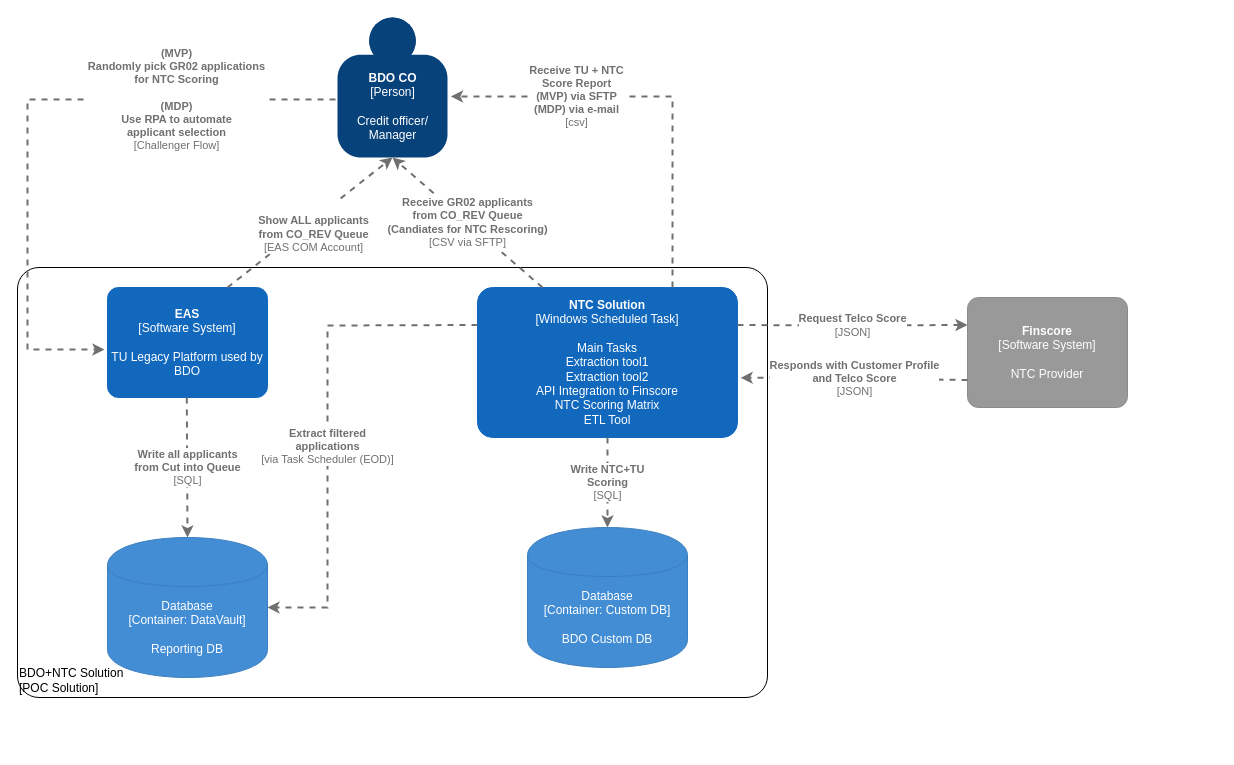
This is page "LVL1:" (2 of 3) of BDO-NTC-EAS.drawio from howardleev/c4-draw.io, a draw.io file, before an edit. Source tidied: cells renumbered, new cells numbered last; positions are measured from the earlier drawing's top-left corner, leaving out a move shared by most shapes. Both pictures are drawn from the tidied source at 100%, with x=0, y=0 at pixel (17, 17).
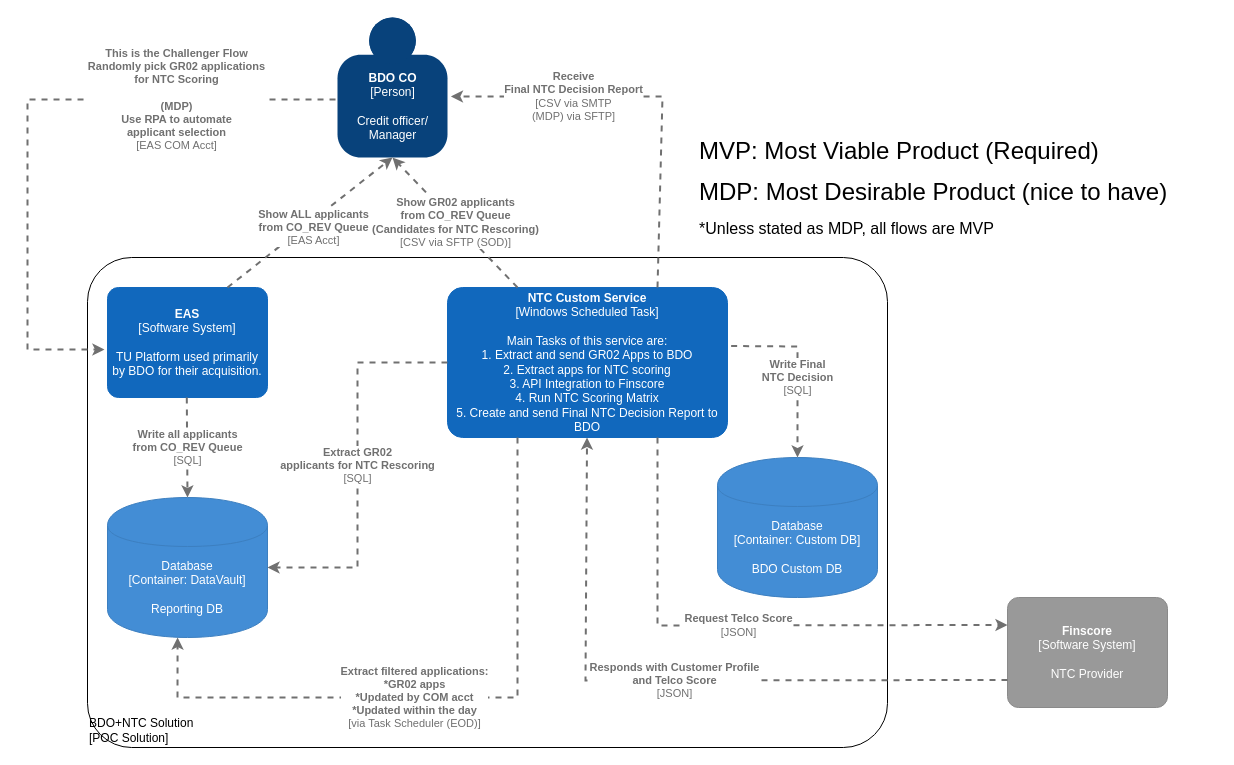
Above is the later version.

Unchanged cells that the change refers to:
```xml
<object id="4" label="&lt;b&gt;%c4Name%&lt;/b&gt;&lt;div&gt;[%c4Type%]&lt;/div&gt;&lt;br&gt;&lt;div&gt;%c4Description%&lt;/div&gt;" c4Description="Credit officer/&#10;Manager" c4Name="BDO CO" c4Type="Person" placeholders="1">
  <mxCell style="html=1;dashed=0;whitespace=wrap;fillColor=#08427b;strokeColor=none;fontColor=#ffffff;shape=mxgraph.c4.person;align=center;points=[[0.5,0,0],[1,0.5,0],[1,0.75,0],[0.75,1,0],[0.5,1,0],[0.25,1,0],[0,0.75,0],[0,0.5,0]];metaData={&quot;c4Type&quot;:{&quot;editable&quot;:false}};direction=east;" parent="1" vertex="1">
    <mxGeometry x="320" width="110" height="140" as="geometry" />
  </mxCell>
</object>
```

What changed in the source:
```diff
@@
     <object id="2" label="&lt;div style=&quot;text-align: left&quot;&gt;%c4Name%&lt;/div&gt;&lt;div style=&quot;text-align: left&quot;&gt;[%c4Application%]&lt;/div&gt;" c4Application="POC Solution" c4Name="BDO+NTC Solution" placeholders="1">
-      <mxCell style="rounded=1;whiteSpace=wrap;html=1;labelBackgroundColor=none;fillColor=#ffffff;fontColor=#000000;align=left;arcSize=5;strokeColor=#000000;verticalAlign=bottom;metaData={&quot;c4Type&quot;:{&quot;editable&quot;:false}};" parent="1" vertex="1">
-        <mxGeometry y="250" width="750" height="430" as="geometry" />
+      <mxCell style="rounded=1;whiteSpace=wrap;html=1;labelBackgroundColor=none;fillColor=#ffffff;fontColor=#000000;align=left;arcSize=9;strokeColor=#000000;verticalAlign=bottom;metaData={&quot;c4Type&quot;:{&quot;editable&quot;:false}};" parent="1" vertex="1">
+        <mxGeometry x="70" y="240" width="800" height="490" as="geometry" />
       </mxCell>
     </object>
-    <object id="3" label="&lt;b&gt;%c4Name%&lt;/b&gt;&lt;div&gt;[%c4Type%]&lt;/div&gt;&lt;br&gt;&lt;div&gt;%c4Description%&lt;/div&gt;" c4Description="Main Tasks&#10;Extraction tool1&#10;Extraction tool2&#10;API Integration to Finscore&#10;NTC Scoring Matrix&#10;ETL Tool" c4Name="NTC Solution " c4Type="Windows Scheduled Task" placeholders="1">
+    <object id="3" label="&lt;b&gt;%c4Name%&lt;/b&gt;&lt;div&gt;[%c4Type%]&lt;/div&gt;&lt;br&gt;&lt;div&gt;%c4Description%&lt;/div&gt;" c4Description="Main Tasks of this service are:&#10;1. Extract and send GR02 Apps to BDO&#10;2. Extract apps for NTC scoring&#10;3. API Integration to Finscore&#10;4. Run NTC Scoring Matrix&#10;5. Create and send Final NTC Decision Report to BDO" c4Name="NTC Custom Service" c4Type="Windows Scheduled Task" placeholders="1">
       <mxCell style="rounded=1;whiteSpace=wrap;html=1;labelBackgroundColor=none;fillColor=#1168BD;fontColor=#ffffff;align=center;arcSize=10;strokeColor=#1168BD;metaData={&quot;c4Type&quot;:{&quot;editable&quot;:false}};points=[[0.25,0,0],[0.5,0,0],[0.75,0,0],[1,0.25,0],[1,0.5,0],[1,0.75,0],[0.75,1,0],[0.5,1,0],[0.25,1,0],[0,0.75,0],[0,0.5,0],[0,0.25,0]];" parent="1" vertex="1">
-        <mxGeometry x="460" y="270" width="260" height="150" as="geometry" />
+        <mxGeometry x="430" y="270" width="280" height="150" as="geometry" />
       </mxCell>
     </object>
@@
-    <object id="5" label="&lt;div style=&quot;text-align: left&quot;&gt;&lt;div style=&quot;text-align: center&quot;&gt;&lt;b&gt;%c4Description%&lt;/b&gt;&lt;/div&gt;&lt;div style=&quot;text-align: center&quot;&gt;[%c4Technology%]&lt;/div&gt;&lt;/div&gt;" c4Description="Receive GR02 applicants&#10;from CO_REV Queue &#10;(Candiates for NTC Rescoring)" c4Technology="CSV via SFTP" placeholders="1">
+    <object id="5" label="&lt;div style=&quot;text-align: left&quot;&gt;&lt;div style=&quot;text-align: center&quot;&gt;&lt;b&gt;%c4Description%&lt;/b&gt;&lt;/div&gt;&lt;div style=&quot;text-align: center&quot;&gt;[%c4Technology%]&lt;/div&gt;&lt;/div&gt;" c4Description="Show GR02 applicants&#10;from CO_REV Queue &#10;(Candidates for NTC Rescoring)" c4Technology="CSV via SFTP (SOD)" placeholders="1">
       <mxCell style="edgeStyle=none;rounded=0;html=1;jettySize=auto;strokeColor=#707070;strokeWidth=2;fontColor=#707070;jumpStyle=none;dashed=1;metaData={&quot;c4Type&quot;:{&quot;editable&quot;:false}};entryX=0.5;entryY=1;entryDx=0;entryDy=0;entryPerimeter=0;exitX=0.25;exitY=0;exitDx=0;exitDy=0;exitPerimeter=0;" parent="1" edge="1" source="3" target="4">
         <mxGeometry relative="1" as="geometry" />
       </mxCell>
     </object>
-    <object id="6" label="&lt;b&gt;%c4Name%&lt;/b&gt;&lt;div&gt;[%c4Type%]&lt;/div&gt;&lt;br&gt;&lt;div&gt;%c4Description%&lt;/div&gt;" c4Description="TU Legacy Platform used by BDO" c4Name="EAS" c4Type="Software System" placeholders="1">
+    <object id="6" label="&lt;b&gt;%c4Name%&lt;/b&gt;&lt;div&gt;[%c4Type%]&lt;/div&gt;&lt;br&gt;&lt;div&gt;%c4Description%&lt;/div&gt;" c4Description="TU Platform used primarily by BDO for their acquisition. " c4Name="EAS" c4Type="Software System" placeholders="1">
       <mxCell style="rounded=1;whiteSpace=wrap;html=1;labelBackgroundColor=none;fillColor=#1168BD;fontColor=#ffffff;align=center;arcSize=10;strokeColor=#1168BD;metaData={&quot;c4Type&quot;:{&quot;editable&quot;:false}};points=[[0.25,0,0],[0.5,0,0],[0.75,0,0],[1,0.25,0],[1,0.5,0],[1,0.75,0],[0.75,1,0],[0.5,1,0],[0.25,1,0],[0,0.75,0],[0,0.5,0],[0,0.25,0]];" parent="1" vertex="1">
         <mxGeometry x="90" y="270" width="160" height="110" as="geometry" />
       </mxCell>
     </object>
-    <object id="7" label="&lt;div style=&quot;text-align: left&quot;&gt;&lt;div style=&quot;text-align: center&quot;&gt;&lt;b&gt;%c4Description%&lt;/b&gt;&lt;/div&gt;&lt;div style=&quot;text-align: center&quot;&gt;[%c4Technology%]&lt;/div&gt;&lt;/div&gt;" c4Description="&#10;Show ALL applicants &#10;from CO_REV Queue&#10;" c4Technology="EAS COM Account" placeholders="1">
+    <object id="7" label="&lt;div style=&quot;text-align: left&quot;&gt;&lt;div style=&quot;text-align: center&quot;&gt;&lt;b&gt;%c4Description%&lt;/b&gt;&lt;/div&gt;&lt;div style=&quot;text-align: center&quot;&gt;[%c4Technology%]&lt;/div&gt;&lt;/div&gt;" c4Description="Show ALL applicants &#10;from CO_REV Queue&#10;" c4Technology="EAS Acct" placeholders="1">
       <mxCell style="edgeStyle=none;rounded=0;html=1;entryX=0.5;entryY=1;jettySize=auto;strokeColor=#707070;strokeWidth=2;fontColor=#707070;jumpStyle=none;dashed=1;metaData={&quot;c4Type&quot;:{&quot;editable&quot;:false}};entryDx=0;entryDy=0;entryPerimeter=0;exitX=0.75;exitY=0;exitDx=0;exitDy=0;exitPerimeter=0;" parent="1" edge="1" source="6" target="4">
         <mxGeometry y="-6" relative="1" as="geometry" />
       </mxCell>
     </object>
-    <object id="8" label="&lt;div style=&quot;text-align: left&quot;&gt;&lt;div style=&quot;text-align: center&quot;&gt;&lt;b&gt;%c4Description%&lt;/b&gt;&lt;/div&gt;&lt;div style=&quot;text-align: center&quot;&gt;[%c4Technology%]&lt;/div&gt;&lt;/div&gt;" c4Description="(MVP)&#10;Randomly pick GR02 applications &#10;for NTC Scoring&#10;&#10;(MDP)&#10;Use RPA to automate&#10;applicant selection" c4Technology="Challenger Flow" placeholders="1">
+    <object id="8" label="&lt;div style=&quot;text-align: left&quot;&gt;&lt;div style=&quot;text-align: center&quot;&gt;&lt;b&gt;%c4Description%&lt;/b&gt;&lt;/div&gt;&lt;div style=&quot;text-align: center&quot;&gt;[%c4Technology%]&lt;/div&gt;&lt;/div&gt;" c4Description="This is the Challenger Flow&#10;Randomly pick GR02 applications &#10;for NTC Scoring&#10;&#10;(MDP)&#10;Use RPA to automate&#10;applicant selection" c4Technology="EAS COM Acct" placeholders="1">
       <mxCell style="edgeStyle=none;rounded=0;html=1;jettySize=auto;strokeColor=#707070;strokeWidth=2;fontColor=#707070;jumpStyle=none;dashed=1;metaData={&quot;c4Type&quot;:{&quot;editable&quot;:false}};entryX=-0.019;entryY=0.564;entryDx=0;entryDy=0;entryPerimeter=0;exitX=-0.018;exitY=0.586;exitDx=0;exitDy=0;exitPerimeter=0;" parent="1" edge="1" source="4" target="6">
         <mxGeometry x="-0.5" relative="1" as="geometry">
           <Array as="points">
             <mxPoint x="10" y="82" />
             <mxPoint x="10" y="332" />
           </Array>
         </mxGeometry>
       </mxCell>
     </object>
     <object id="9" label="%c4Type%&lt;div&gt;[Container:&amp;nbsp;%c4Technology%]&lt;/div&gt;&lt;br&gt;&lt;div&gt;%c4Description%&lt;/div&gt;" c4Description="Reporting DB" c4Technology="DataVault" c4Type="Database" placeholders="1">
       <mxCell style="shape=cylinder;whiteSpace=wrap;html=1;boundedLbl=1;rounded=0;labelBackgroundColor=none;fillColor=#438DD5;fontSize=12;fontColor=#ffffff;align=center;strokeColor=#3C7FC0;points=[[0.5,0,0],[1,0.25,0],[1,0.5,0],[1,0.75,0],[0.5,1,0],[0,0.75,0],[0,0.5,0],[0,0.25,0]];metaData={&quot;c4Type&quot;:{&quot;editable&quot;:false}};" parent="1" vertex="1">
-        <mxGeometry x="90" y="520" width="160" height="140" as="geometry" />
+        <mxGeometry x="90" y="480" width="160" height="140" as="geometry" />
       </mxCell>
     </object>
-    <object id="10" label="&lt;div style=&quot;text-align: left&quot;&gt;&lt;div style=&quot;text-align: center&quot;&gt;&lt;b&gt;%c4Description%&lt;/b&gt;&lt;/div&gt;&lt;div style=&quot;text-align: center&quot;&gt;[%c4Technology%]&lt;/div&gt;&lt;/div&gt;" c4Description="Write all applicants &#10;from Cut into Queue" c4Technology="SQL" placeholders="1">
+    <object id="10" label="&lt;div style=&quot;text-align: left&quot;&gt;&lt;div style=&quot;text-align: center&quot;&gt;&lt;b&gt;%c4Description%&lt;/b&gt;&lt;/div&gt;&lt;div style=&quot;text-align: center&quot;&gt;[%c4Technology%]&lt;/div&gt;&lt;/div&gt;" c4Description="Write all applicants &#10;from CO_REV Queue" c4Technology="SQL" placeholders="1">
       <mxCell style="edgeStyle=none;rounded=0;html=1;entryX=0.5;entryY=0;jettySize=auto;strokeColor=#707070;strokeWidth=2;fontColor=#707070;jumpStyle=none;dashed=1;metaData={&quot;c4Type&quot;:{&quot;editable&quot;:false}};entryDx=0;entryDy=0;entryPerimeter=0;" parent="1" edge="1" target="9">
         <mxGeometry relative="1" as="geometry">
           <mxPoint x="169.3" y="380" as="sourcePoint" />
         </mxGeometry>
       </mxCell>
     </object>
-    <object id="11" label="&lt;div style=&quot;text-align: left&quot;&gt;&lt;div style=&quot;text-align: center&quot;&gt;&lt;b&gt;%c4Description%&lt;/b&gt;&lt;/div&gt;&lt;div style=&quot;text-align: center&quot;&gt;[%c4Technology%]&lt;/div&gt;&lt;/div&gt;" c4Description="Extract filtered &#10;applications" c4Technology="via Task Scheduler (EOD)" placeholders="1">
-      <mxCell style="edgeStyle=none;rounded=0;html=1;jettySize=auto;strokeColor=#707070;strokeWidth=2;fontColor=#707070;jumpStyle=none;dashed=1;metaData={&quot;c4Type&quot;:{&quot;editable&quot;:false}};exitX=0;exitY=0.25;exitDx=0;exitDy=0;exitPerimeter=0;entryX=1;entryY=0.5;entryDx=0;entryDy=0;entryPerimeter=0;" parent="1" edge="1" source="3" target="9">
+    <object id="11" label="&lt;div style=&quot;text-align: left&quot;&gt;&lt;div style=&quot;text-align: center&quot;&gt;&lt;b&gt;%c4Description%&lt;/b&gt;&lt;/div&gt;&lt;div style=&quot;text-align: center&quot;&gt;[%c4Technology%]&lt;/div&gt;&lt;/div&gt;" c4Description="Extract filtered applications:&#10;*GR02 apps&#10;*Updated by COM acct&#10;*Updated within the day" c4Technology="via Task Scheduler (EOD)" placeholders="1">
+      <mxCell style="edgeStyle=none;rounded=0;html=1;jettySize=auto;strokeColor=#707070;strokeWidth=2;fontColor=#707070;jumpStyle=none;dashed=1;metaData={&quot;c4Type&quot;:{&quot;editable&quot;:false}};exitX=0.25;exitY=1;exitDx=0;exitDy=0;exitPerimeter=0;entryX=0.438;entryY=1;entryDx=0;entryDy=0;entryPerimeter=0;" parent="1" edge="1" source="3" target="9">
         <mxGeometry x="0.1" relative="1" as="geometry">
           <Array as="points">
-            <mxPoint x="310" y="308" />
-            <mxPoint x="310" y="410" />
-            <mxPoint x="310" y="590" />
+            <mxPoint x="500" y="680" />
+            <mxPoint x="160" y="680" />
           </Array>
         </mxGeometry>
       </mxCell>
     </object>
     <object id="12" label="&lt;b&gt;%c4Name%&lt;/b&gt;&lt;div&gt;[%c4Type%]&lt;/div&gt;&lt;br&gt;&lt;div&gt;%c4Description%&lt;/div&gt;" c4Description="NTC Provider" c4Name="Finscore" c4Type="Software System" placeholders="1">
       <mxCell style="rounded=1;whiteSpace=wrap;html=1;labelBackgroundColor=none;fillColor=#999999;fontColor=#ffffff;align=center;arcSize=10;strokeColor=#8A8A8A;metaData={&quot;c4Type&quot;:{&quot;editable&quot;:false}};points=[[0.25,0,0],[0.5,0,0],[0.75,0,0],[1,0.25,0],[1,0.5,0],[1,0.75,0],[0.75,1,0],[0.5,1,0],[0.25,1,0],[0,0.75,0],[0,0.5,0],[0,0.25,0]];" parent="1" vertex="1">
-        <mxGeometry x="950" y="280" width="160" height="110" as="geometry" />
+        <mxGeometry x="990" y="580" width="160" height="110" as="geometry" />
       </mxCell>
     </object>
     <object id="13" label="&lt;div style=&quot;text-align: left&quot;&gt;&lt;div style=&quot;text-align: center&quot;&gt;&lt;b&gt;%c4Description%&lt;/b&gt;&lt;/div&gt;&lt;div style=&quot;text-align: center&quot;&gt;[%c4Technology%]&lt;/div&gt;&lt;/div&gt;" c4Description="Request Telco Score" c4Technology="JSON" placeholders="1">
-      <mxCell style="edgeStyle=none;rounded=0;html=1;jettySize=auto;strokeColor=#707070;strokeWidth=2;fontColor=#707070;jumpStyle=none;dashed=1;metaData={&quot;c4Type&quot;:{&quot;editable&quot;:false}};exitX=1;exitY=0.25;exitDx=0;exitDy=0;exitPerimeter=0;entryX=0;entryY=0.25;entryDx=0;entryDy=0;entryPerimeter=0;" parent="1" edge="1" source="3" target="12">
+      <mxCell style="edgeStyle=none;rounded=0;html=1;jettySize=auto;strokeColor=#707070;strokeWidth=2;fontColor=#707070;jumpStyle=none;dashed=1;metaData={&quot;c4Type&quot;:{&quot;editable&quot;:false}};entryX=0;entryY=0.25;entryDx=0;entryDy=0;entryPerimeter=0;exitX=0.75;exitY=1;exitDx=0;exitDy=0;exitPerimeter=0;" parent="1" edge="1" source="3" target="12">
         <mxGeometry relative="1" as="geometry">
           <Array as="points">
-            <mxPoint x="820" y="308" />
+            <mxPoint x="640" y="608" />
           </Array>
         </mxGeometry>
       </mxCell>
     </object>
     <object id="14" label="&lt;div style=&quot;text-align: left&quot;&gt;&lt;div style=&quot;text-align: center&quot;&gt;&lt;b&gt;%c4Description%&lt;/b&gt;&lt;/div&gt;&lt;div style=&quot;text-align: center&quot;&gt;[%c4Technology%]&lt;/div&gt;&lt;/div&gt;" c4Description="Responds with Customer Profile&#10;and Telco Score" c4Technology="JSON" placeholders="1">
-      <mxCell style="edgeStyle=none;rounded=0;html=1;jettySize=auto;strokeColor=#707070;strokeWidth=2;fontColor=#707070;jumpStyle=none;dashed=1;metaData={&quot;c4Type&quot;:{&quot;editable&quot;:false}};exitX=0;exitY=0.75;exitDx=0;exitDy=0;exitPerimeter=0;entryX=1.012;entryY=0.602;entryDx=0;entryDy=0;entryPerimeter=0;" parent="1" edge="1" source="12" target="3">
+      <mxCell style="edgeStyle=none;rounded=0;html=1;jettySize=auto;strokeColor=#707070;strokeWidth=2;fontColor=#707070;jumpStyle=none;dashed=1;metaData={&quot;c4Type&quot;:{&quot;editable&quot;:false}};exitX=0;exitY=0.75;exitDx=0;exitDy=0;exitPerimeter=0;" parent="1" edge="1" source="12" target="3">
         <mxGeometry relative="1" as="geometry">
           <Array as="points">
-            <mxPoint x="770" y="360" />
+            <mxPoint x="568" y="663" />
           </Array>
         </mxGeometry>
       </mxCell>
     </object>
     <object id="15" label="%c4Type%&lt;div&gt;[Container:&amp;nbsp;%c4Technology%]&lt;/div&gt;&lt;br&gt;&lt;div&gt;%c4Description%&lt;/div&gt;" c4Description="BDO Custom DB" c4Technology="Custom DB" c4Type="Database" placeholders="1">
       <mxCell style="shape=cylinder;whiteSpace=wrap;html=1;boundedLbl=1;rounded=0;labelBackgroundColor=none;fillColor=#438DD5;fontSize=12;fontColor=#ffffff;align=center;strokeColor=#3C7FC0;points=[[0.5,0,0],[1,0.25,0],[1,0.5,0],[1,0.75,0],[0.5,1,0],[0,0.75,0],[0,0.5,0],[0,0.25,0]];metaData={&quot;c4Type&quot;:{&quot;editable&quot;:false}};" parent="1" vertex="1">
-        <mxGeometry x="510" y="510" width="160" height="140" as="geometry" />
+        <mxGeometry x="700" y="440" width="160" height="140" as="geometry" />
       </mxCell>
     </object>
-    <object id="16" label="&lt;div style=&quot;text-align: left&quot;&gt;&lt;div style=&quot;text-align: center&quot;&gt;&lt;b&gt;%c4Description%&lt;/b&gt;&lt;/div&gt;&lt;div style=&quot;text-align: center&quot;&gt;[%c4Technology%]&lt;/div&gt;&lt;/div&gt;" c4Description="Write NTC+TU&#10;Scoring" c4Technology="SQL" placeholders="1">
-      <mxCell style="edgeStyle=none;rounded=0;html=1;jettySize=auto;strokeColor=#707070;strokeWidth=2;fontColor=#707070;jumpStyle=none;dashed=1;metaData={&quot;c4Type&quot;:{&quot;editable&quot;:false}};entryX=0.5;entryY=0;entryDx=0;entryDy=0;entryPerimeter=0;exitX=0.5;exitY=1;exitDx=0;exitDy=0;exitPerimeter=0;" parent="1" edge="1" source="3" target="15">
-        <mxGeometry relative="1" as="geometry" />
+    <object id="16" label="&lt;div style=&quot;text-align: left&quot;&gt;&lt;div style=&quot;text-align: center&quot;&gt;&lt;b&gt;%c4Description%&lt;/b&gt;&lt;/div&gt;&lt;div style=&quot;text-align: center&quot;&gt;[%c4Technology%]&lt;/div&gt;&lt;/div&gt;" c4Description="Write Final &#10;NTC Decision" c4Technology="SQL" placeholders="1">
+      <mxCell style="edgeStyle=none;rounded=0;html=1;jettySize=auto;strokeColor=#707070;strokeWidth=2;fontColor=#707070;jumpStyle=none;dashed=1;metaData={&quot;c4Type&quot;:{&quot;editable&quot;:false}};entryX=0.5;entryY=0;entryDx=0;entryDy=0;entryPerimeter=0;exitX=1.013;exitY=0.39;exitDx=0;exitDy=0;exitPerimeter=0;" parent="1" edge="1" source="3" target="15">
+        <mxGeometry x="-0.25" y="-31" relative="1" as="geometry">
+          <Array as="points">
+            <mxPoint x="780" y="329" />
+          </Array>
+          <mxPoint x="31" y="30" as="offset" />
+        </mxGeometry>
       </mxCell>
     </object>
-    <object id="17" label="&lt;div style=&quot;text-align: left&quot;&gt;&lt;div style=&quot;text-align: center&quot;&gt;&lt;b&gt;%c4Description%&lt;/b&gt;&lt;/div&gt;&lt;div style=&quot;text-align: center&quot;&gt;[%c4Technology%]&lt;/div&gt;&lt;/div&gt;" c4Description="Receive TU + NTC &#10;Score Report&#10;(MVP) via SFTP&#10;(MDP) via e-mail" c4Technology="csv" placeholders="1">
+    <object id="17" label="&lt;div style=&quot;text-align: left&quot;&gt;&lt;div style=&quot;text-align: center&quot;&gt;&lt;b&gt;%c4Description%&lt;/b&gt;&lt;/div&gt;&lt;div style=&quot;text-align: center&quot;&gt;[%c4Technology%]&lt;/div&gt;&lt;/div&gt;" c4Description="Receive &#10;Final NTC Decision Report&#10;" c4Technology="CSV via SMTP&#10;(MDP) via SFTP" placeholders="1">
       <mxCell style="edgeStyle=none;rounded=0;html=1;jettySize=auto;strokeColor=#707070;strokeWidth=2;fontColor=#707070;jumpStyle=none;dashed=1;metaData={&quot;c4Type&quot;:{&quot;editable&quot;:false}};exitX=0.75;exitY=0;exitDx=0;exitDy=0;exitPerimeter=0;entryX=1.031;entryY=0.564;entryDx=0;entryDy=0;entryPerimeter=0;" parent="1" edge="1" source="3" target="4">
         <mxGeometry x="0.39" relative="1" as="geometry">
           <Array as="points">
-            <mxPoint x="655" y="79" />
+            <mxPoint x="645" y="79" />
             <mxPoint x="520" y="79" />
           </Array>
         </mxGeometry>
       </mxCell>
     </object>
+    <object id="18" label="&lt;div style=&quot;text-align: left&quot;&gt;&lt;div style=&quot;text-align: center&quot;&gt;&lt;b&gt;%c4Description%&lt;/b&gt;&lt;/div&gt;&lt;div style=&quot;text-align: center&quot;&gt;[%c4Technology%]&lt;/div&gt;&lt;/div&gt;" c4Description="Extract GR02 &#10;applicants for NTC Rescoring" c4Technology="SQL" placeholders="1">
+      <mxCell style="edgeStyle=none;rounded=0;html=1;jettySize=auto;strokeColor=#707070;strokeWidth=2;fontColor=#707070;jumpStyle=none;dashed=1;metaData={&quot;c4Type&quot;:{&quot;editable&quot;:false}};exitX=0;exitY=0.5;exitDx=0;exitDy=0;exitPerimeter=0;entryX=1;entryY=0.5;entryDx=0;entryDy=0;entryPerimeter=0;" parent="1" edge="1" source="3" target="9">
+        <mxGeometry relative="1" as="geometry">
+          <Array as="points">
+            <mxPoint x="340" y="345" />
+            <mxPoint x="340" y="550" />
+          </Array>
+        </mxGeometry>
+      </mxCell>
+    </object>
+    <mxCell id="19" value="&lt;div align=&quot;left&quot;&gt;&lt;font style=&quot;font-size: 24px&quot;&gt;MVP: Most Viable Product (Required)&lt;br&gt;&lt;/font&gt;&lt;/div&gt;&lt;div align=&quot;left&quot;&gt;&lt;p&gt;&lt;font style=&quot;font-size: 24px&quot;&gt;MDP: Most Desirable Product (nice to have)&lt;/font&gt;&lt;/p&gt;&lt;/div&gt;&lt;div align=&quot;left&quot;&gt;&lt;font size=&quot;3&quot;&gt;*Unless stated as MDP, all flows are MVP&lt;br&gt;&lt;/font&gt;&lt;/div&gt;" style="text;html=1;strokeColor=none;fillColor=none;align=left;verticalAlign=middle;whiteSpace=wrap;rounded=0;" parent="1" vertex="1">
+      <mxGeometry x="680" y="110" width="520" height="120" as="geometry" />
+    </mxCell>
```
